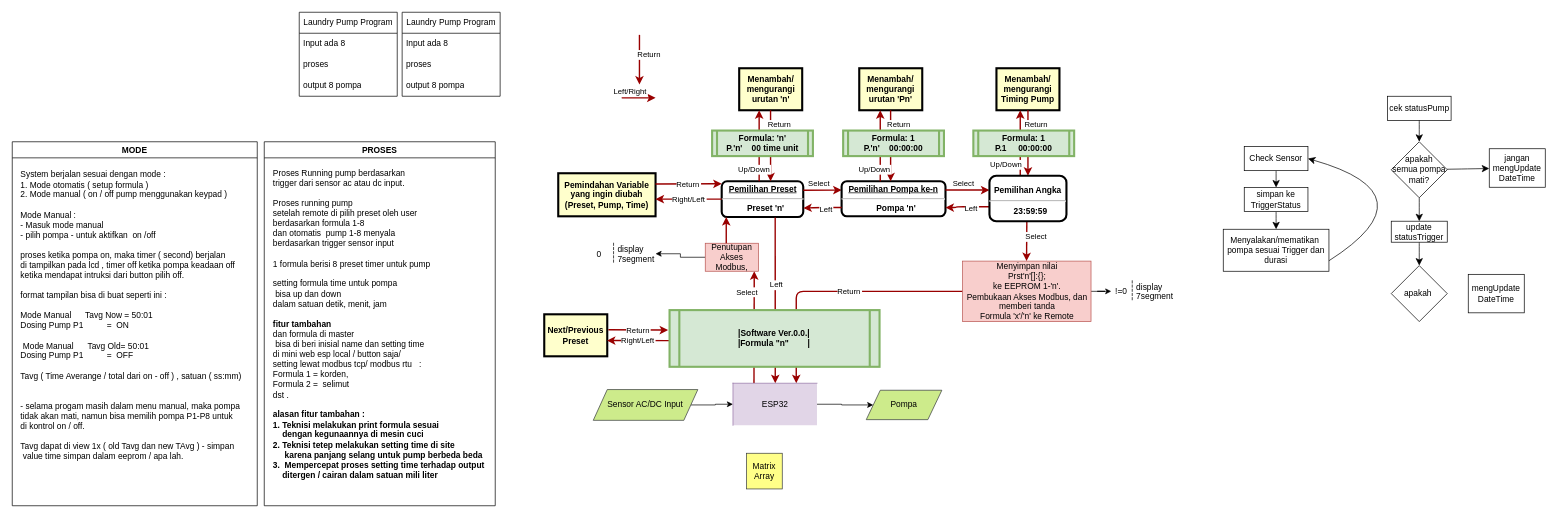
This is Diagram Main Program.drawio from taoofeexs/SharingCode, a draw.io file, before an edit. Source tidied: cells renumbered, new cells numbered last; positions are measured from the earlier drawing's top-left corner, leaving out a move shared by most shapes. Both pictures are drawn from the tidied source at 70%, with x=0, y=0 at pixel (12, 12).
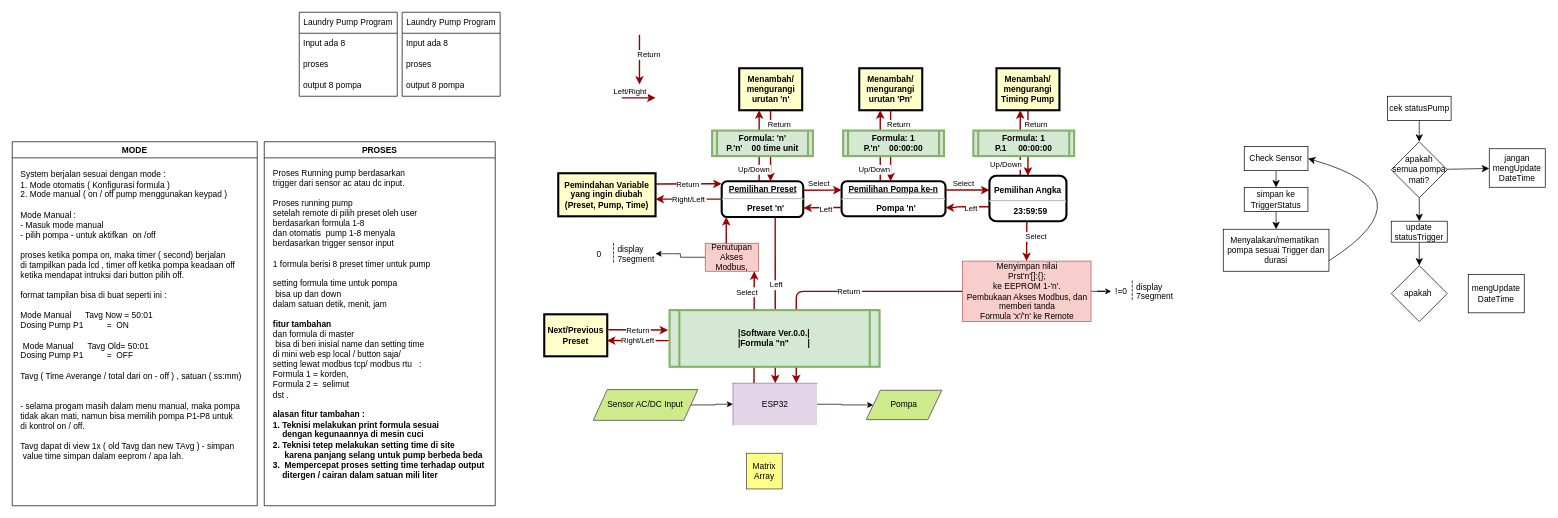
Above is the later version.

The change refers to these unchanged cells:
```xml
<mxCell id="59" value="MODE" style="swimlane;whiteSpace=wrap;html=1;" parent="1" vertex="1">
  <mxGeometry y="185" width="350" height="520" as="geometry" />
</mxCell>
```

The edit, as a diff of the source:
```diff
@@
-    <mxCell id="61" value="&lt;div style=&quot;text-align: justify;&quot;&gt;System berjalan sesuai dengan mode :&amp;nbsp;&lt;/div&gt;&lt;div style=&quot;text-align: justify;&quot;&gt;1. Mode otomatis ( setup formula )&amp;nbsp;&lt;/div&gt;&lt;div style=&quot;text-align: justify;&quot;&gt;2. Mode manual ( on /&amp;nbsp;&lt;span style=&quot;background-color: initial;&quot;&gt;off pump menggunakan keypad )&amp;nbsp;&lt;/span&gt;&lt;/div&gt;&lt;div style=&quot;text-align: justify;&quot;&gt;&lt;span style=&quot;background-color: initial;&quot;&gt;&lt;br&gt;&lt;/span&gt;&lt;/div&gt;&lt;div style=&quot;text-align: justify;&quot;&gt;&lt;span style=&quot;background-color: initial;&quot;&gt;Mode Manual :&amp;nbsp;&lt;/span&gt;&lt;/div&gt;&lt;div style=&quot;text-align: justify;&quot;&gt;&lt;span style=&quot;background-color: initial;&quot;&gt;- Masuk mode manual&amp;nbsp;&lt;/span&gt;&lt;/div&gt;&lt;div style=&quot;text-align: justify;&quot;&gt;&lt;span style=&quot;background-color: initial;&quot;&gt;- pilih pompa - untuk aktifkan&amp;nbsp; on /off&lt;/span&gt;&lt;/div&gt;&lt;div style=&quot;text-align: justify;&quot;&gt;&lt;span style=&quot;background-color: initial;&quot;&gt;&lt;br&gt;&lt;/span&gt;&lt;/div&gt;&lt;div style=&quot;text-align: justify;&quot;&gt;&lt;span style=&quot;background-color: initial;&quot;&gt;proses ketika pompa on, maka timer ( second) berjalan&amp;nbsp;&lt;/span&gt;&lt;/div&gt;&lt;div style=&quot;text-align: justify;&quot;&gt;&lt;span style=&quot;background-color: initial;&quot;&gt;di tampilkan pada lcd , timer off ketika pompa keadaan off&amp;nbsp;&lt;/span&gt;&lt;/div&gt;&lt;div style=&quot;text-align: justify;&quot;&gt;&lt;span style=&quot;background-color: initial;&quot;&gt;ketika mendapat intruksi dari button pilih off.&amp;nbsp;&lt;/span&gt;&lt;/div&gt;&lt;div style=&quot;text-align: justify;&quot;&gt;&lt;span style=&quot;background-color: initial;&quot;&gt;&lt;br&gt;&lt;/span&gt;&lt;/div&gt;&lt;div style=&quot;text-align: justify;&quot;&gt;&lt;span style=&quot;background-color: initial;&quot;&gt;format tampilan bisa di buat seperti ini :&amp;nbsp;&lt;/span&gt;&lt;/div&gt;&lt;div style=&quot;text-align: justify;&quot;&gt;&lt;span style=&quot;background-color: initial;&quot;&gt;&lt;br&gt;&lt;/span&gt;&lt;/div&gt;&lt;div style=&quot;text-align: justify;&quot;&gt;&lt;span style=&quot;background-color: initial;&quot;&gt;Mode Manual&amp;nbsp; &amp;nbsp; &amp;nbsp; Tavg Now = 50:01&amp;nbsp;&lt;/span&gt;&lt;/div&gt;&lt;div style=&quot;text-align: justify;&quot;&gt;&lt;span style=&quot;background-color: initial;&quot;&gt;Dosing Pump P1&amp;nbsp; &amp;nbsp; &amp;nbsp; &amp;nbsp; &amp;nbsp; =&amp;nbsp; ON&amp;nbsp;&lt;/span&gt;&lt;/div&gt;&lt;div style=&quot;text-align: justify;&quot;&gt;&lt;span style=&quot;background-color: initial;&quot;&gt;&lt;br&gt;&lt;/span&gt;&lt;/div&gt;&lt;div style=&quot;text-align: justify;&quot;&gt;&lt;span style=&quot;background-color: initial;&quot;&gt;&amp;nbsp;&lt;/span&gt;&lt;span style=&quot;background-color: initial;&quot;&gt;Mode Manual&amp;nbsp; &amp;nbsp; &amp;nbsp; Tavg Old= 50:01&amp;nbsp;&lt;/span&gt;&lt;/div&gt;&lt;div style=&quot;text-align: justify;&quot;&gt;&lt;span style=&quot;background-color: initial;&quot;&gt;Dosing Pump P1&amp;nbsp; &amp;nbsp; &amp;nbsp; &amp;nbsp; &amp;nbsp; =&amp;nbsp; OFF&lt;/span&gt;&lt;/div&gt;&lt;div style=&quot;text-align: justify;&quot;&gt;&lt;span style=&quot;background-color: initial;&quot;&gt;&lt;br&gt;&lt;/span&gt;&lt;/div&gt;&lt;div style=&quot;text-align: justify;&quot;&gt;&lt;span style=&quot;background-color: initial;&quot;&gt;Tavg ( Time Averange / total dari on - off ) , satuan ( ss:mm)&lt;/span&gt;&lt;/div&gt;&lt;div style=&quot;text-align: justify;&quot;&gt;&lt;span style=&quot;background-color: initial;&quot;&gt;&amp;nbsp;&lt;/span&gt;&lt;/div&gt;&lt;div style=&quot;text-align: justify;&quot;&gt;&lt;span style=&quot;background-color: initial;&quot;&gt;&lt;br&gt;&lt;/span&gt;&lt;/div&gt;&lt;div style=&quot;text-align: justify;&quot;&gt;&lt;span style=&quot;background-color: initial;&quot;&gt;- selama progam masih dalam menu manual, maka pompa&amp;nbsp;&lt;/span&gt;&lt;/div&gt;&lt;div style=&quot;text-align: justify;&quot;&gt;&lt;span style=&quot;background-color: initial;&quot;&gt;tidak akan mati, namun bisa memilih pompa P1-P8 untuk&amp;nbsp;&lt;/span&gt;&lt;/div&gt;&lt;div style=&quot;text-align: justify;&quot;&gt;di kontrol on / off.&amp;nbsp;&lt;/div&gt;&lt;div style=&quot;text-align: justify;&quot;&gt;&lt;br&gt;&lt;/div&gt;&lt;div style=&quot;text-align: justify;&quot;&gt;Tavg dapat di view 1x ( old Tavg dan new TAvg ) - simpan&lt;/div&gt;&lt;div style=&quot;text-align: justify;&quot;&gt;&amp;nbsp;value time simpan dalam eeprom / apa lah.&amp;nbsp;&lt;/div&gt;&lt;div style=&quot;text-align: justify;&quot;&gt;&lt;br&gt;&lt;/div&gt;&lt;div style=&quot;text-align: justify;&quot;&gt;&lt;br&gt;&lt;/div&gt;&lt;div style=&quot;text-align: justify;&quot;&gt;&lt;span style=&quot;background-color: initial;&quot;&gt;&amp;nbsp;&amp;nbsp;&lt;/span&gt;&lt;/div&gt;" style="text;html=1;align=center;verticalAlign=middle;strokeColor=none;fillColor=none;" parent="59" vertex="1">
+    <mxCell id="61" value="&lt;div style=&quot;text-align: justify;&quot;&gt;System berjalan sesuai dengan mode :&amp;nbsp;&lt;/div&gt;&lt;div style=&quot;text-align: justify;&quot;&gt;1. Mode otomatis ( Konfigurasi formula )&amp;nbsp;&lt;/div&gt;&lt;div style=&quot;text-align: justify;&quot;&gt;2. Mode manual ( on /&amp;nbsp;&lt;span style=&quot;background-color: initial;&quot;&gt;off pump menggunakan keypad )&amp;nbsp;&lt;/span&gt;&lt;/div&gt;&lt;div style=&quot;text-align: justify;&quot;&gt;&lt;span style=&quot;background-color: initial;&quot;&gt;&lt;br&gt;&lt;/span&gt;&lt;/div&gt;&lt;div style=&quot;text-align: justify;&quot;&gt;&lt;span style=&quot;background-color: initial;&quot;&gt;Mode Manual :&amp;nbsp;&lt;/span&gt;&lt;/div&gt;&lt;div style=&quot;text-align: justify;&quot;&gt;&lt;span style=&quot;background-color: initial;&quot;&gt;- Masuk mode manual&amp;nbsp;&lt;/span&gt;&lt;/div&gt;&lt;div style=&quot;text-align: justify;&quot;&gt;&lt;span style=&quot;background-color: initial;&quot;&gt;- pilih pompa - untuk aktifkan&amp;nbsp; on /off&lt;/span&gt;&lt;/div&gt;&lt;div style=&quot;text-align: justify;&quot;&gt;&lt;span style=&quot;background-color: initial;&quot;&gt;&lt;br&gt;&lt;/span&gt;&lt;/div&gt;&lt;div style=&quot;text-align: justify;&quot;&gt;&lt;span style=&quot;background-color: initial;&quot;&gt;proses ketika pompa on, maka timer ( second) berjalan&amp;nbsp;&lt;/span&gt;&lt;/div&gt;&lt;div style=&quot;text-align: justify;&quot;&gt;&lt;span style=&quot;background-color: initial;&quot;&gt;di tampilkan pada lcd , timer off ketika pompa keadaan off&amp;nbsp;&lt;/span&gt;&lt;/div&gt;&lt;div style=&quot;text-align: justify;&quot;&gt;&lt;span style=&quot;background-color: initial;&quot;&gt;ketika mendapat intruksi dari button pilih off.&amp;nbsp;&lt;/span&gt;&lt;/div&gt;&lt;div style=&quot;text-align: justify;&quot;&gt;&lt;span style=&quot;background-color: initial;&quot;&gt;&lt;br&gt;&lt;/span&gt;&lt;/div&gt;&lt;div style=&quot;text-align: justify;&quot;&gt;&lt;span style=&quot;background-color: initial;&quot;&gt;format tampilan bisa di buat seperti ini :&amp;nbsp;&lt;/span&gt;&lt;/div&gt;&lt;div style=&quot;text-align: justify;&quot;&gt;&lt;span style=&quot;background-color: initial;&quot;&gt;&lt;br&gt;&lt;/span&gt;&lt;/div&gt;&lt;div style=&quot;text-align: justify;&quot;&gt;&lt;span style=&quot;background-color: initial;&quot;&gt;Mode Manual&amp;nbsp; &amp;nbsp; &amp;nbsp; Tavg Now = 50:01&amp;nbsp;&lt;/span&gt;&lt;/div&gt;&lt;div style=&quot;text-align: justify;&quot;&gt;&lt;span style=&quot;background-color: initial;&quot;&gt;Dosing Pump P1&amp;nbsp; &amp;nbsp; &amp;nbsp; &amp;nbsp; &amp;nbsp; =&amp;nbsp; ON&amp;nbsp;&lt;/span&gt;&lt;/div&gt;&lt;div style=&quot;text-align: justify;&quot;&gt;&lt;span style=&quot;background-color: initial;&quot;&gt;&lt;br&gt;&lt;/span&gt;&lt;/div&gt;&lt;div style=&quot;text-align: justify;&quot;&gt;&lt;span style=&quot;background-color: initial;&quot;&gt;&amp;nbsp;&lt;/span&gt;&lt;span style=&quot;background-color: initial;&quot;&gt;Mode Manual&amp;nbsp; &amp;nbsp; &amp;nbsp; Tavg Old= 50:01&amp;nbsp;&lt;/span&gt;&lt;/div&gt;&lt;div style=&quot;text-align: justify;&quot;&gt;&lt;span style=&quot;background-color: initial;&quot;&gt;Dosing Pump P1&amp;nbsp; &amp;nbsp; &amp;nbsp; &amp;nbsp; &amp;nbsp; =&amp;nbsp; OFF&lt;/span&gt;&lt;/div&gt;&lt;div style=&quot;text-align: justify;&quot;&gt;&lt;span style=&quot;background-color: initial;&quot;&gt;&lt;br&gt;&lt;/span&gt;&lt;/div&gt;&lt;div style=&quot;text-align: justify;&quot;&gt;&lt;span style=&quot;background-color: initial;&quot;&gt;Tavg ( Time Averange / total dari on - off ) , satuan ( ss:mm)&lt;/span&gt;&lt;/div&gt;&lt;div style=&quot;text-align: justify;&quot;&gt;&lt;span style=&quot;background-color: initial;&quot;&gt;&amp;nbsp;&lt;/span&gt;&lt;/div&gt;&lt;div style=&quot;text-align: justify;&quot;&gt;&lt;span style=&quot;background-color: initial;&quot;&gt;&lt;br&gt;&lt;/span&gt;&lt;/div&gt;&lt;div style=&quot;text-align: justify;&quot;&gt;&lt;span style=&quot;background-color: initial;&quot;&gt;- selama progam masih dalam menu manual, maka pompa&amp;nbsp;&lt;/span&gt;&lt;/div&gt;&lt;div style=&quot;text-align: justify;&quot;&gt;&lt;span style=&quot;background-color: initial;&quot;&gt;tidak akan mati, namun bisa memilih pompa P1-P8 untuk&amp;nbsp;&lt;/span&gt;&lt;/div&gt;&lt;div style=&quot;text-align: justify;&quot;&gt;di kontrol on / off.&amp;nbsp;&lt;/div&gt;&lt;div style=&quot;text-align: justify;&quot;&gt;&lt;br&gt;&lt;/div&gt;&lt;div style=&quot;text-align: justify;&quot;&gt;Tavg dapat di view 1x ( old Tavg dan new TAvg ) - simpan&lt;/div&gt;&lt;div style=&quot;text-align: justify;&quot;&gt;&amp;nbsp;value time simpan dalam eeprom / apa lah.&amp;nbsp;&lt;/div&gt;&lt;div style=&quot;text-align: justify;&quot;&gt;&lt;br&gt;&lt;/div&gt;&lt;div style=&quot;text-align: justify;&quot;&gt;&lt;br&gt;&lt;/div&gt;&lt;div style=&quot;text-align: justify;&quot;&gt;&lt;span style=&quot;background-color: initial;&quot;&gt;&amp;nbsp;&amp;nbsp;&lt;/span&gt;&lt;/div&gt;" style="text;html=1;align=center;verticalAlign=middle;strokeColor=none;fillColor=none;" parent="59" vertex="1">
       <mxGeometry y="35" width="340" height="470" as="geometry" />
     </mxCell>
```
